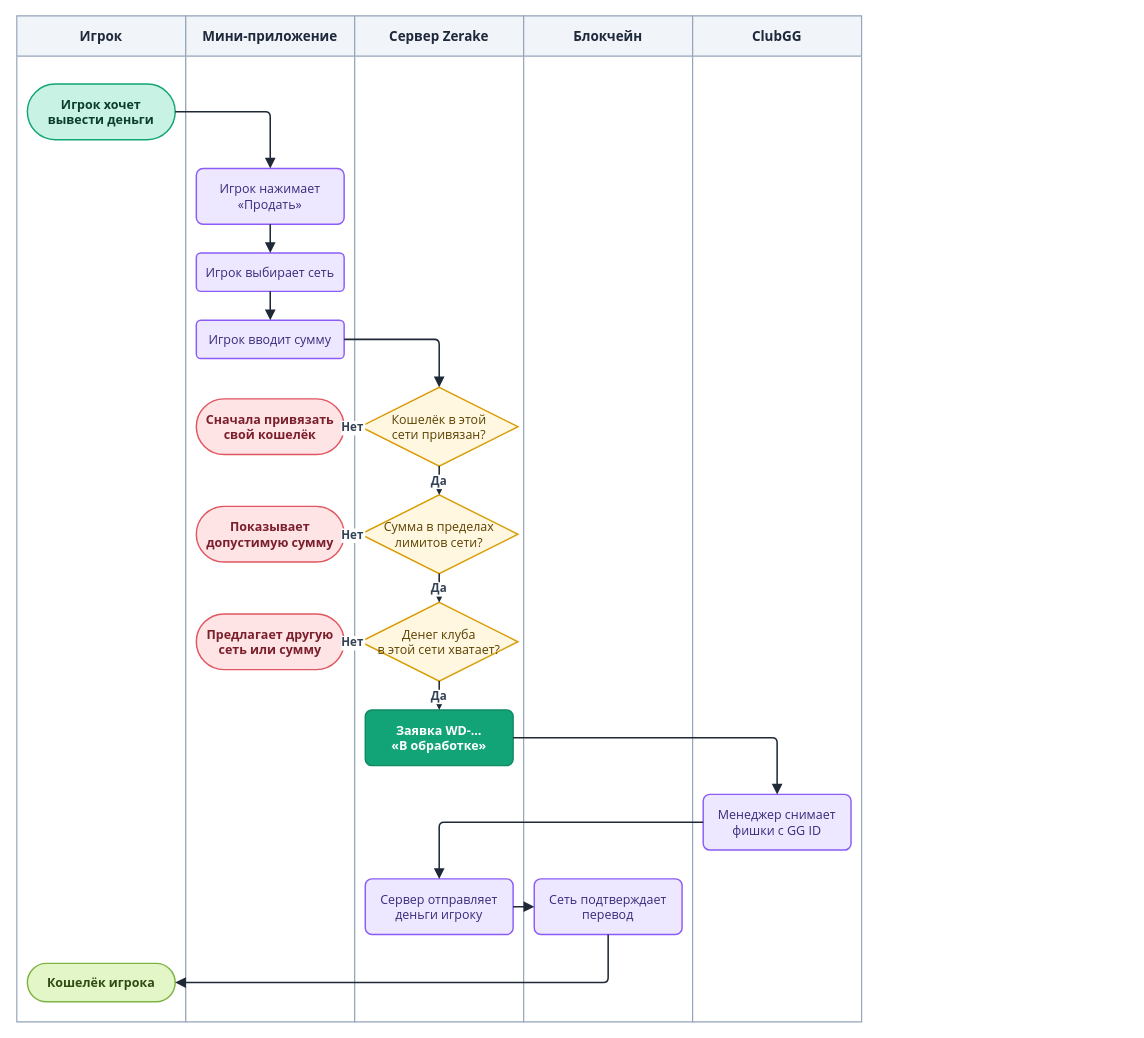
Before: diagrams/drawio/money-out.drawio in LILSUFFER/zerake-docs, a draw.io diagram. Source tidied: cells renumbered, new cells numbered last; positions are measured from the earlier drawing's top-left corner, leaving out a move shared by most shapes. Both pictures are drawn from the tidied source at 96%, with x=0, y=0 at pixel (16, 15).
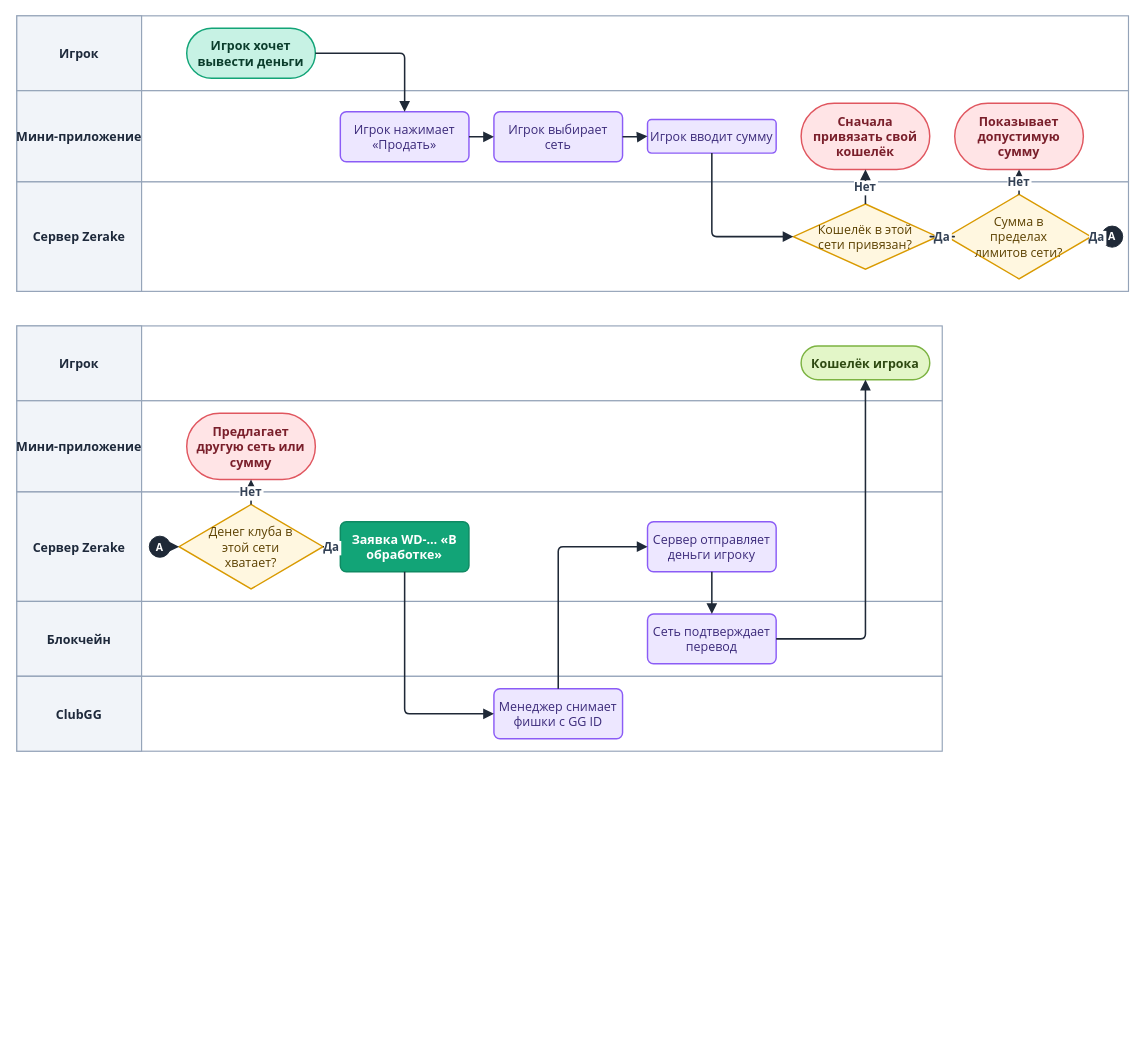
Above is the later version.

Diff of the diagram source:
```diff
@@
-    <mxCell id="2" value="Игрок" style="swimlane;horizontal=1;startSize=42;fillColor=#F1F4F9;swimlaneFillColor=#FFFFFF;strokeColor=#94A3B8;fontColor=#1E293B;fontStyle=1;fontSize=14;fontFamily=Segoe UI;strokeWidth=1.2;" parent="1" vertex="1">
-      <mxGeometry width="176" height="1048" as="geometry" />
-    </mxCell>
-    <mxCell id="3" value="Мини-приложение" style="swimlane;horizontal=1;startSize=42;fillColor=#F1F4F9;swimlaneFillColor=#FFFFFF;strokeColor=#94A3B8;fontColor=#1E293B;fontStyle=1;fontSize=14;fontFamily=Segoe UI;strokeWidth=1.2;" parent="1" vertex="1">
-      <mxGeometry x="176" width="176" height="1048" as="geometry" />
-    </mxCell>
-    <mxCell id="4" value="Сервер Zerake" style="swimlane;horizontal=1;startSize=42;fillColor=#F1F4F9;swimlaneFillColor=#FFFFFF;strokeColor=#94A3B8;fontColor=#1E293B;fontStyle=1;fontSize=14;fontFamily=Segoe UI;strokeWidth=1.2;" parent="1" vertex="1">
-      <mxGeometry x="352" width="176" height="1048" as="geometry" />
-    </mxCell>
+    <mxCell id="36" style="rounded=0;html=0;fillColor=#FFFFFF;strokeColor=#94A3B8;strokeWidth=1.2;" parent="1" vertex="1">
+      <mxGeometry width="1158" height="78" as="geometry" />
+    </mxCell>
+    <mxCell id="37" value="Игрок" style="rounded=0;html=0;fillColor=#F1F4F9;strokeColor=#94A3B8;strokeWidth=1.2;fontColor=#1E293B;fontStyle=1;fontSize=13;fontFamily=Segoe UI;align=center;verticalAlign=middle;" parent="1" vertex="1">
+      <mxGeometry width="130" height="78" as="geometry" />
+    </mxCell>
+    <mxCell id="38" style="rounded=0;html=0;fillColor=#FFFFFF;strokeColor=#94A3B8;strokeWidth=1.2;" parent="1" vertex="1">
+      <mxGeometry y="78" width="1158" height="95" as="geometry" />
+    </mxCell>
+    <mxCell id="39" value="Мини-приложение" style="rounded=0;html=0;fillColor=#F1F4F9;strokeColor=#94A3B8;strokeWidth=1.2;fontColor=#1E293B;fontStyle=1;fontSize=13;fontFamily=Segoe UI;align=center;verticalAlign=middle;" parent="1" vertex="1">
+      <mxGeometry y="78" width="130" height="95" as="geometry" />
+    </mxCell>
+    <mxCell id="40" style="rounded=0;html=0;fillColor=#FFFFFF;strokeColor=#94A3B8;strokeWidth=1.2;" parent="1" vertex="1">
+      <mxGeometry y="173" width="1158" height="114" as="geometry" />
+    </mxCell>
+    <mxCell id="41" value="Сервер Zerake" style="rounded=0;html=0;fillColor=#F1F4F9;strokeColor=#94A3B8;strokeWidth=1.2;fontColor=#1E293B;fontStyle=1;fontSize=13;fontFamily=Segoe UI;align=center;verticalAlign=middle;" parent="1" vertex="1">
+      <mxGeometry y="173" width="130" height="114" as="geometry" />
+    </mxCell>
+    <mxCell id="42" style="rounded=0;html=0;fillColor=#FFFFFF;strokeColor=#94A3B8;strokeWidth=1.2;" parent="1" vertex="1">
+      <mxGeometry y="323" width="964" height="78" as="geometry" />
+    </mxCell>
+    <mxCell id="43" value="Игрок" style="rounded=0;html=0;fillColor=#F1F4F9;strokeColor=#94A3B8;strokeWidth=1.2;fontColor=#1E293B;fontStyle=1;fontSize=13;fontFamily=Segoe UI;align=center;verticalAlign=middle;" parent="1" vertex="1">
+      <mxGeometry y="323" width="130" height="78" as="geometry" />
+    </mxCell>
+    <mxCell id="44" style="rounded=0;html=0;fillColor=#FFFFFF;strokeColor=#94A3B8;strokeWidth=1.2;" parent="1" vertex="1">
+      <mxGeometry y="401" width="964" height="95" as="geometry" />
+    </mxCell>
+    <mxCell id="45" value="Мини-приложение" style="rounded=0;html=0;fillColor=#F1F4F9;strokeColor=#94A3B8;strokeWidth=1.2;fontColor=#1E293B;fontStyle=1;fontSize=13;fontFamily=Segoe UI;align=center;verticalAlign=middle;" parent="1" vertex="1">
+      <mxGeometry y="401" width="130" height="95" as="geometry" />
+    </mxCell>
+    <mxCell id="46" style="rounded=0;html=0;fillColor=#FFFFFF;strokeColor=#94A3B8;strokeWidth=1.2;" parent="1" vertex="1">
+      <mxGeometry y="496" width="964" height="114" as="geometry" />
+    </mxCell>
+    <mxCell id="47" value="Сервер Zerake" style="rounded=0;html=0;fillColor=#F1F4F9;strokeColor=#94A3B8;strokeWidth=1.2;fontColor=#1E293B;fontStyle=1;fontSize=13;fontFamily=Segoe UI;align=center;verticalAlign=middle;" parent="1" vertex="1">
+      <mxGeometry y="496" width="130" height="114" as="geometry" />
+    </mxCell>
+    <mxCell id="48" style="rounded=0;html=0;fillColor=#FFFFFF;strokeColor=#94A3B8;strokeWidth=1.2;" parent="1" vertex="1">
+      <mxGeometry y="610" width="964" height="78" as="geometry" />
+    </mxCell>
-    <mxCell id="5" value="Блокчейн" style="swimlane;horizontal=1;startSize=42;fillColor=#F1F4F9;swimlaneFillColor=#FFFFFF;strokeColor=#94A3B8;fontColor=#1E293B;fontStyle=1;fontSize=14;fontFamily=Segoe UI;strokeWidth=1.2;" parent="1" vertex="1">
-      <mxGeometry x="528" width="176" height="1048" as="geometry" />
+    <mxCell id="5" value="Блокчейн" style="rounded=0;html=0;fillColor=#F1F4F9;strokeColor=#94A3B8;strokeWidth=1.2;fontColor=#1E293B;fontStyle=1;fontSize=13;fontFamily=Segoe UI;align=center;verticalAlign=middle;" parent="1" vertex="1">
+      <mxGeometry y="610" width="130" height="78" as="geometry" />
     </mxCell>
+    <mxCell id="49" style="rounded=0;html=0;fillColor=#FFFFFF;strokeColor=#94A3B8;strokeWidth=1.2;" parent="1" vertex="1">
+      <mxGeometry y="688" width="964" height="78" as="geometry" />
+    </mxCell>
-    <mxCell id="6" value="ClubGG" style="swimlane;horizontal=1;startSize=42;fillColor=#F1F4F9;swimlaneFillColor=#FFFFFF;strokeColor=#94A3B8;fontColor=#1E293B;fontStyle=1;fontSize=14;fontFamily=Segoe UI;strokeWidth=1.2;" parent="1" vertex="1">
-      <mxGeometry x="704" width="176" height="1048" as="geometry" />
+    <mxCell id="6" value="ClubGG" style="rounded=0;html=0;fillColor=#F1F4F9;strokeColor=#94A3B8;strokeWidth=1.2;fontColor=#1E293B;fontStyle=1;fontSize=13;fontFamily=Segoe UI;align=center;verticalAlign=middle;" parent="1" vertex="1">
+      <mxGeometry y="688" width="130" height="78" as="geometry" />
     </mxCell>
     <mxCell id="7" value="Игрок хочет&#10;вывести деньги" style="rounded=1;arcSize=50;html=0;fontStyle=1;fillColor=#C7F2E4;strokeColor=#12A477;fontColor=#0B3D2C;fontFamily=Segoe UI;fontSize=13;strokeWidth=1.5;" parent="1" vertex="1">
-      <mxGeometry x="11" y="71" width="154" height="58" as="geometry" />
+      <mxGeometry x="177" y="13" width="134" height="52" as="geometry" />
     </mxCell>
     <mxCell id="8" value="Игрок нажимает&#10;«Продать»" style="rounded=1;arcSize=12;html=0;fillColor=#EDE7FF;strokeColor=#8B5CF6;fontColor=#3B2A7A;fontFamily=Segoe UI;fontSize=13;strokeWidth=1.5;" parent="1" vertex="1">
-      <mxGeometry x="187" y="159" width="154" height="58" as="geometry" />
+      <mxGeometry x="337" y="100" width="134" height="52" as="geometry" />
     </mxCell>
-    <mxCell id="9" value="Игрок выбирает сеть" style="rounded=1;arcSize=12;html=0;fillColor=#EDE7FF;strokeColor=#8B5CF6;fontColor=#3B2A7A;fontFamily=Segoe UI;fontSize=13;strokeWidth=1.5;" parent="1" vertex="1">
-      <mxGeometry x="187" y="247" width="154" height="40" as="geometry" />
+    <mxCell id="9" value="Игрок выбирает&#10;сеть" style="rounded=1;arcSize=12;html=0;fillColor=#EDE7FF;strokeColor=#8B5CF6;fontColor=#3B2A7A;fontFamily=Segoe UI;fontSize=13;strokeWidth=1.5;" parent="1" vertex="1">
+      <mxGeometry x="497" y="100" width="134" height="52" as="geometry" />
     </mxCell>
     <mxCell id="10" value="Игрок вводит сумму" style="rounded=1;arcSize=12;html=0;fillColor=#EDE7FF;strokeColor=#8B5CF6;fontColor=#3B2A7A;fontFamily=Segoe UI;fontSize=13;strokeWidth=1.5;" parent="1" vertex="1">
-      <mxGeometry x="187" y="317" width="154" height="40" as="geometry" />
+      <mxGeometry x="657" y="108" width="134" height="35" as="geometry" />
     </mxCell>
     <mxCell id="11" value="Кошелёк в этой&#10;сети привязан?" style="rhombus;html=0;fillColor=#FFF7E0;strokeColor=#D99A00;fontColor=#5C4100;fontFamily=Segoe UI;fontSize=13;strokeWidth=1.5;" parent="1" vertex="1">
-      <mxGeometry x="358" y="387" width="164" height="82" as="geometry" />
+      <mxGeometry x="809" y="196" width="150" height="68" as="geometry" />
     </mxCell>
-    <mxCell id="12" value="Сначала привязать&#10;свой кошелёк" style="rounded=1;arcSize=50;html=0;fontStyle=1;fillColor=#FFE4E6;strokeColor=#E0565F;fontColor=#7A1F2B;fontFamily=Segoe UI;fontSize=13;strokeWidth=1.5;" parent="1" vertex="1">
-      <mxGeometry x="187" y="399" width="154" height="58" as="geometry" />
+    <mxCell id="12" value="Сначала&#10;привязать свой&#10;кошелёк" style="rounded=1;arcSize=50;html=0;fontStyle=1;fillColor=#FFE4E6;strokeColor=#E0565F;fontColor=#7A1F2B;fontFamily=Segoe UI;fontSize=13;strokeWidth=1.5;" parent="1" vertex="1">
+      <mxGeometry x="817" y="91" width="134" height="69" as="geometry" />
     </mxCell>
-    <mxCell id="13" value="Сумма в пределах&#10;лимитов сети?" style="rhombus;html=0;fillColor=#FFF7E0;strokeColor=#D99A00;fontColor=#5C4100;fontFamily=Segoe UI;fontSize=13;strokeWidth=1.5;" parent="1" vertex="1">
-      <mxGeometry x="358" y="499" width="164" height="82" as="geometry" />
+    <mxCell id="13" value="Сумма в&#10;пределах&#10;лимитов сети?" style="rhombus;html=0;fillColor=#FFF7E0;strokeColor=#D99A00;fontColor=#5C4100;fontFamily=Segoe UI;fontSize=13;strokeWidth=1.5;" parent="1" vertex="1">
+      <mxGeometry x="969" y="186" width="150" height="88" as="geometry" />
     </mxCell>
-    <mxCell id="14" value="Показывает&#10;допустимую сумму" style="rounded=1;arcSize=50;html=0;fontStyle=1;fillColor=#FFE4E6;strokeColor=#E0565F;fontColor=#7A1F2B;fontFamily=Segoe UI;fontSize=13;strokeWidth=1.5;" parent="1" vertex="1">
-      <mxGeometry x="187" y="511" width="154" height="58" as="geometry" />
+    <mxCell id="14" value="Показывает&#10;допустимую&#10;сумму" style="rounded=1;arcSize=50;html=0;fontStyle=1;fillColor=#FFE4E6;strokeColor=#E0565F;fontColor=#7A1F2B;fontFamily=Segoe UI;fontSize=13;strokeWidth=1.5;" parent="1" vertex="1">
+      <mxGeometry x="977" y="91" width="134" height="69" as="geometry" />
     </mxCell>
-    <mxCell id="15" value="Денег клуба&#10;в этой сети хватает?" style="rhombus;html=0;fillColor=#FFF7E0;strokeColor=#D99A00;fontColor=#5C4100;fontFamily=Segoe UI;fontSize=13;strokeWidth=1.5;" parent="1" vertex="1">
-      <mxGeometry x="358" y="611" width="164" height="82" as="geometry" />
+    <mxCell id="15" value="Денег клуба в&#10;этой сети&#10;хватает?" style="rhombus;html=0;fillColor=#FFF7E0;strokeColor=#D99A00;fontColor=#5C4100;fontFamily=Segoe UI;fontSize=13;strokeWidth=1.5;" parent="1" vertex="1">
+      <mxGeometry x="169" y="509" width="150" height="88" as="geometry" />
     </mxCell>
-    <mxCell id="16" value="Предлагает другую&#10;сеть или сумму" style="rounded=1;arcSize=50;html=0;fontStyle=1;fillColor=#FFE4E6;strokeColor=#E0565F;fontColor=#7A1F2B;fontFamily=Segoe UI;fontSize=13;strokeWidth=1.5;" parent="1" vertex="1">
-      <mxGeometry x="187" y="623" width="154" height="58" as="geometry" />
+    <mxCell id="16" value="Предлагает&#10;другую сеть или&#10;сумму" style="rounded=1;arcSize=50;html=0;fontStyle=1;fillColor=#FFE4E6;strokeColor=#E0565F;fontColor=#7A1F2B;fontFamily=Segoe UI;fontSize=13;strokeWidth=1.5;" parent="1" vertex="1">
+      <mxGeometry x="177" y="414" width="134" height="69" as="geometry" />
     </mxCell>
-    <mxCell id="17" value="Заявка WD-…&#10;«В обработке»" style="rounded=1;arcSize=12;html=0;fillColor=#12A477;strokeColor=#0F8A63;fontColor=#FFFFFF;fontStyle=1;fontFamily=Segoe UI;fontSize=13;strokeWidth=1.5;" parent="1" vertex="1">
-      <mxGeometry x="363" y="723" width="154" height="58" as="geometry" />
+    <mxCell id="17" value="Заявка WD-… «В&#10;обработке»" style="rounded=1;arcSize=12;html=0;fillColor=#12A477;strokeColor=#0F8A63;fontColor=#FFFFFF;fontStyle=1;fontFamily=Segoe UI;fontSize=13;strokeWidth=1.5;" parent="1" vertex="1">
+      <mxGeometry x="337" y="527" width="134" height="52" as="geometry" />
     </mxCell>
     <mxCell id="18" value="Менеджер снимает&#10;фишки с GG ID" style="rounded=1;arcSize=12;html=0;fillColor=#EDE7FF;strokeColor=#8B5CF6;fontColor=#3B2A7A;fontFamily=Segoe UI;fontSize=13;strokeWidth=1.5;" parent="1" vertex="1">
-      <mxGeometry x="715" y="811" width="154" height="58" as="geometry" />
+      <mxGeometry x="497" y="701" width="134" height="52" as="geometry" />
     </mxCell>
     <mxCell id="19" value="Сервер отправляет&#10;деньги игроку" style="rounded=1;arcSize=12;html=0;fillColor=#EDE7FF;strokeColor=#8B5CF6;fontColor=#3B2A7A;fontFamily=Segoe UI;fontSize=13;strokeWidth=1.5;" parent="1" vertex="1">
-      <mxGeometry x="363" y="899" width="154" height="58" as="geometry" />
+      <mxGeometry x="657" y="527" width="134" height="52" as="geometry" />
     </mxCell>
     <mxCell id="20" value="Сеть подтверждает&#10;перевод" style="rounded=1;arcSize=12;html=0;fillColor=#EDE7FF;strokeColor=#8B5CF6;fontColor=#3B2A7A;fontFamily=Segoe UI;fontSize=13;strokeWidth=1.5;" parent="1" vertex="1">
-      <mxGeometry x="539" y="899" width="154" height="58" as="geometry" />
+      <mxGeometry x="657" y="623" width="134" height="52" as="geometry" />
     </mxCell>
     <mxCell id="21" value="Кошелёк игрока" style="rounded=1;arcSize=50;html=0;fontStyle=1;fillColor=#E3F6C8;strokeColor=#7CB342;fontColor=#2F4A12;fontFamily=Segoe UI;fontSize=13;strokeWidth=1.5;" parent="1" vertex="1">
-      <mxGeometry x="11" y="987" width="154" height="40" as="geometry" />
+      <mxGeometry x="817" y="344" width="134" height="35" as="geometry" />
     </mxCell>
@@
-    <mxCell id="25" style="edgeStyle=orthogonalEdgeStyle;rounded=1;arcSize=10;jettySize=auto;html=0;strokeColor=#1F2937;strokeWidth=1.6;endArrow=block;endFill=1;endSize=7;fontFamily=Segoe UI;fontSize=12;fontStyle=1;fontColor=#334155;labelBackgroundColor=#FFFFFF;" parent="1" edge="1" source="10" target="11">
+    <mxCell id="25" style="edgeStyle=orthogonalEdgeStyle;rounded=1;arcSize=10;jettySize=auto;html=0;strokeColor=#1F2937;strokeWidth=1.6;endArrow=block;endFill=1;endSize=7;fontFamily=Segoe UI;fontSize=12;fontStyle=1;fontColor=#334155;labelBackgroundColor=#FFFFFF;exitX=0.5;exitY=1;entryX=0;entryY=0.5;" parent="1" edge="1" source="10" target="11">
       <mxGeometry relative="1" as="geometry" />
     </mxCell>
@@
+    <mxCell id="50" value="A" style="ellipse;html=0;fillColor=#1F2937;strokeColor=#1F2937;fontColor=#FFFFFF;fontStyle=1;fontSize=11;fontFamily=Segoe UI;" parent="1" vertex="1">
+      <mxGeometry x="1130" y="219" width="22" height="22" as="geometry" />
+    </mxCell>
+    <mxCell id="51" value="A" style="ellipse;html=0;fillColor=#1F2937;strokeColor=#1F2937;fontColor=#FFFFFF;fontStyle=1;fontSize=11;fontFamily=Segoe UI;" parent="1" vertex="1">
+      <mxGeometry x="138" y="542" width="22" height="22" as="geometry" />
+    </mxCell>
-    <mxCell id="29" value="Да" style="edgeStyle=orthogonalEdgeStyle;rounded=1;arcSize=10;jettySize=auto;html=0;strokeColor=#1F2937;strokeWidth=1.6;endArrow=block;endFill=1;endSize=7;fontFamily=Segoe UI;fontSize=12;fontStyle=1;fontColor=#334155;labelBackgroundColor=#FFFFFF;" parent="1" edge="1" source="13" target="15">
+    <mxCell id="29" value="Да" style="edgeStyle=orthogonalEdgeStyle;rounded=1;arcSize=10;jettySize=auto;html=0;strokeColor=#1F2937;strokeWidth=1.6;endArrow=block;endFill=1;endSize=7;fontFamily=Segoe UI;fontSize=12;fontStyle=1;fontColor=#334155;labelBackgroundColor=#FFFFFF;exitX=1;exitY=0.5;entryX=0;entryY=0.5;" parent="1" edge="1" source="13" target="50">
       <mxGeometry relative="1" as="geometry" />
     </mxCell>
+    <mxCell id="52" style="edgeStyle=orthogonalEdgeStyle;rounded=1;arcSize=10;jettySize=auto;html=0;strokeColor=#1F2937;strokeWidth=1.6;endArrow=block;endFill=1;endSize=7;fontFamily=Segoe UI;fontSize=12;fontStyle=1;fontColor=#334155;labelBackgroundColor=#FFFFFF;exitX=1;exitY=0.5;entryX=0;entryY=0.5;" parent="1" edge="1" source="51" target="15">
+      <mxGeometry relative="1" as="geometry" />
+    </mxCell>
@@
-    <mxCell id="32" style="edgeStyle=orthogonalEdgeStyle;rounded=1;arcSize=10;jettySize=auto;html=0;strokeColor=#1F2937;strokeWidth=1.6;endArrow=block;endFill=1;endSize=7;fontFamily=Segoe UI;fontSize=12;fontStyle=1;fontColor=#334155;labelBackgroundColor=#FFFFFF;exitX=1;exitY=0.5;entryX=0.5;entryY=0;" parent="1" edge="1" source="17" target="18">
+    <mxCell id="32" style="edgeStyle=orthogonalEdgeStyle;rounded=1;arcSize=10;jettySize=auto;html=0;strokeColor=#1F2937;strokeWidth=1.6;endArrow=block;endFill=1;endSize=7;fontFamily=Segoe UI;fontSize=12;fontStyle=1;fontColor=#334155;labelBackgroundColor=#FFFFFF;exitX=0.5;exitY=1;entryX=0;entryY=0.5;" parent="1" edge="1" source="17" target="18">
       <mxGeometry relative="1" as="geometry" />
     </mxCell>
-    <mxCell id="33" style="edgeStyle=orthogonalEdgeStyle;rounded=1;arcSize=10;jettySize=auto;html=0;strokeColor=#1F2937;strokeWidth=1.6;endArrow=block;endFill=1;endSize=7;fontFamily=Segoe UI;fontSize=12;fontStyle=1;fontColor=#334155;labelBackgroundColor=#FFFFFF;exitX=0;exitY=0.5;entryX=0.5;entryY=0;" parent="1" edge="1" source="18" target="19">
+    <mxCell id="33" style="edgeStyle=orthogonalEdgeStyle;rounded=1;arcSize=10;jettySize=auto;html=0;strokeColor=#1F2937;strokeWidth=1.6;endArrow=block;endFill=1;endSize=7;fontFamily=Segoe UI;fontSize=12;fontStyle=1;fontColor=#334155;labelBackgroundColor=#FFFFFF;exitX=0.5;exitY=0;entryX=0;entryY=0.5;" parent="1" edge="1" source="18" target="19">
       <mxGeometry relative="1" as="geometry" />
     </mxCell>
@@
-    <mxCell id="35" style="edgeStyle=orthogonalEdgeStyle;rounded=1;arcSize=10;jettySize=auto;html=0;strokeColor=#1F2937;strokeWidth=1.6;endArrow=block;endFill=1;endSize=7;fontFamily=Segoe UI;fontSize=12;fontStyle=1;fontColor=#334155;labelBackgroundColor=#FFFFFF;exitX=0.5;exitY=1;entryX=1;entryY=0.5;" parent="1" edge="1" source="20" target="21">
+    <mxCell id="35" style="edgeStyle=orthogonalEdgeStyle;rounded=1;arcSize=10;jettySize=auto;html=0;strokeColor=#1F2937;strokeWidth=1.6;endArrow=block;endFill=1;endSize=7;fontFamily=Segoe UI;fontSize=12;fontStyle=1;fontColor=#334155;labelBackgroundColor=#FFFFFF;exitX=1;exitY=0.5;entryX=0.5;entryY=1;" parent="1" edge="1" source="20" target="21">
       <mxGeometry relative="1" as="geometry" />
     </mxCell>
```
